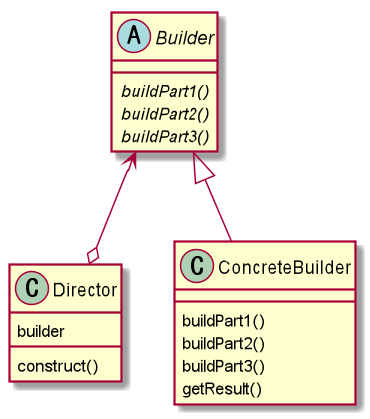
Before: img/designpattern/2/concept_builder_1.png, a diagram exported from PlantUML (windowforsun/blog). The source it was exported from:
```plantuml
@startuml

class Director {
	builder
	construct()
}

abstract class Builder {
	{abstract} buildPart1()
	{abstract} buildPart2()
	{abstract} buildPart3()
}

class ConcreteBuilder {
	buildPart1()
	buildPart2()
	buildPart3()
	getResult()
}

Builder <--o Director
Builder <|-- ConcreteBuilder


@enduml
```
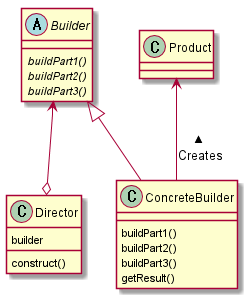
After the commit.

The edit, as a diff of the source:
```diff
@@ -18,8 +18,11 @@
 	getResult()
 }
 
+class Product {
+}
+
 Builder <--o Director
 Builder <|-- ConcreteBuilder
-
+Product <-- ConcreteBuilder : Creates <
 
 @enduml
```
